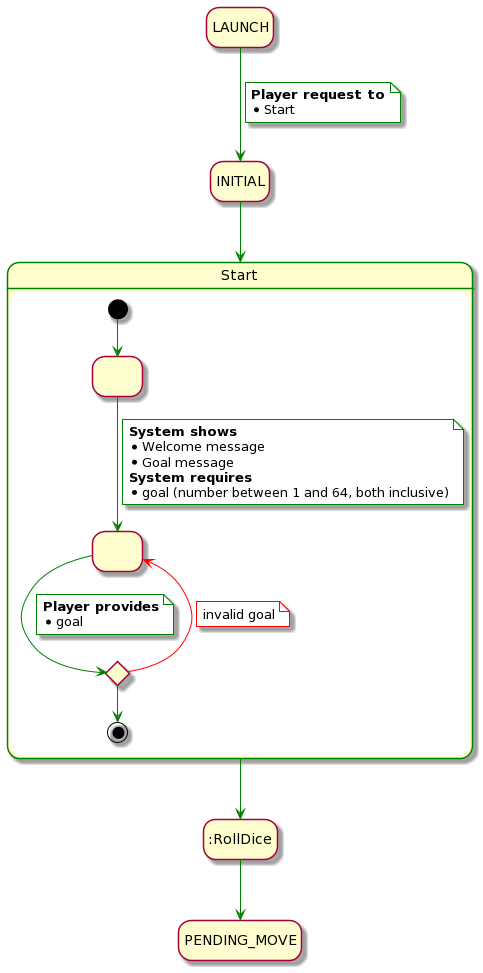
This is rup/usecase/start.png from USantaTecla-game-backgammon/backgammon, a PlantUML export, as it was before one commit. Its diagram source:
```plantuml
@startuml
hide empty description

state LAUNCH
state INITIAL

state Start ##green {
    state " " as 1
    state " " as 2

    state validate <<choice>>

    [*] -[#green]-> 1
    1 -[#green]-> 2
    note on link #white
        <b>System shows</b>
        * Welcome message
        * Goal message
        <b>System requires</b>
        * goal (number between 1 and 64, both inclusive)
    end note

    2 -[#green]-> validate
    note on link #white
        <b>Player provides</b>
        * goal
    end note

    validate -[#red]-> 2
    note on link #white
        invalid goal
    end note

    validate -[#green]-> [*]
}
LAUNCH -[#green]-> INITIAL
note on link #white
    <b>Player request to</b>
    * Start
end note
INITIAL -[#green]-> Start

Start -[#green]-> :RollDice
:RollDice -[#green]-> PENDING_MOVE
@enduml
```
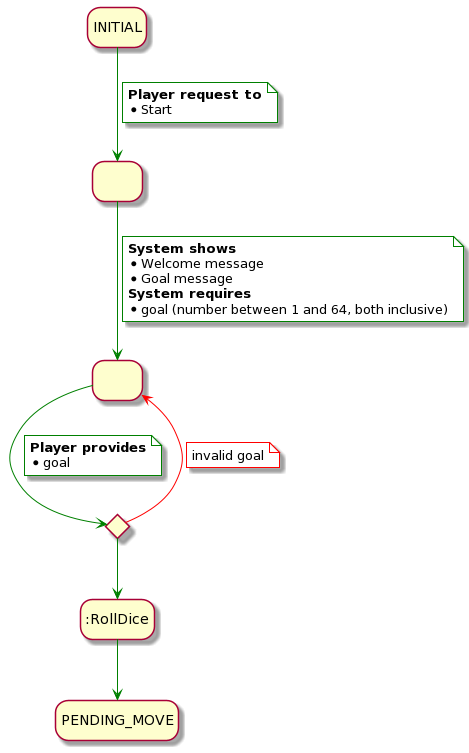
The same diagram one commit later.

Commit message:
Clase 22/11 Analysis Menu, Start & UseCases Start, RollDice

Change to the diagram source:
```diff
@@ -1,45 +1,40 @@
 @startuml
 hide empty description
 
-state LAUNCH
 state INITIAL
 
-state Start ##green {
-    state " " as 1
-    state " " as 2
+state " " as 1
+state " " as 2
 
-    state validate <<choice>>
+state validate <<choice>>
 
-    [*] -[#green]-> 1
-    1 -[#green]-> 2
-    note on link #white
-        <b>System shows</b>
-        * Welcome message
-        * Goal message
-        <b>System requires</b>
-        * goal (number between 1 and 64, both inclusive)
-    end note
+1 -[#green]-> 2
+note on link #white
+    <b>System shows</b>
+    * Welcome message
+    * Goal message
+    <b>System requires</b>
+    * goal (number between 1 and 64, both inclusive)
+end note
 
-    2 -[#green]-> validate
-    note on link #white
-        <b>Player provides</b>
-        * goal
-    end note
+2 -[#green]-> validate
+note on link #white
+    <b>Player provides</b>
+    * goal
+end note
 
-    validate -[#red]-> 2
-    note on link #white
-        invalid goal
-    end note
+validate -[#red]-> 2
+note on link #white
+    invalid goal
+end note
 
-    validate -[#green]-> [*]
-}
-LAUNCH -[#green]-> INITIAL
+validate -[#green]-> :RollDice
+
+INITIAL -[#green]-> 1
 note on link #white
     <b>Player request to</b>
     * Start
 end note
-INITIAL -[#green]-> Start
 
-Start -[#green]-> :RollDice
 :RollDice -[#green]-> PENDING_MOVE
 @enduml
```
